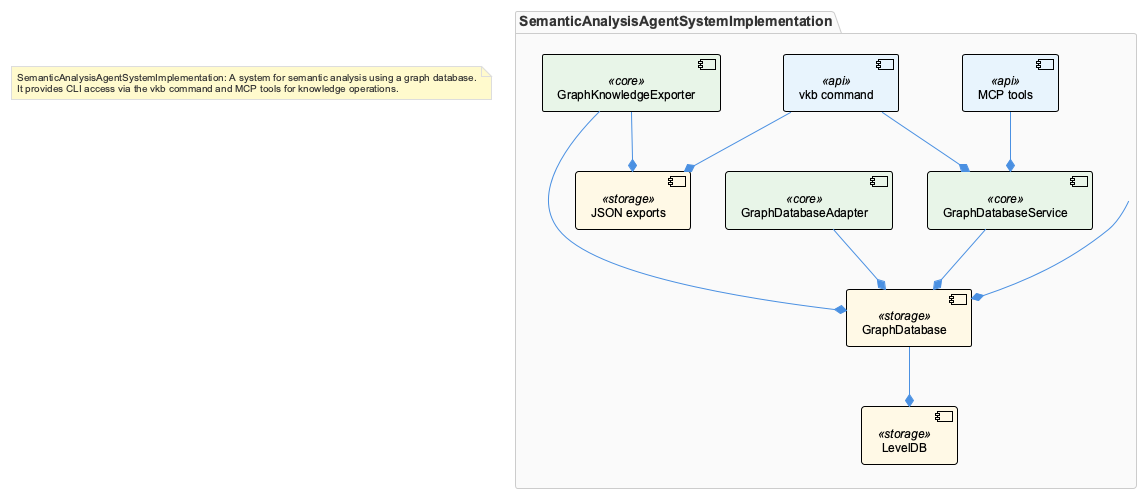
Earlier version of the PlantUML export knowledge-management/insights/images/semantic-analysis-agent-system-implementation-architecture.png (fwornle/coding).
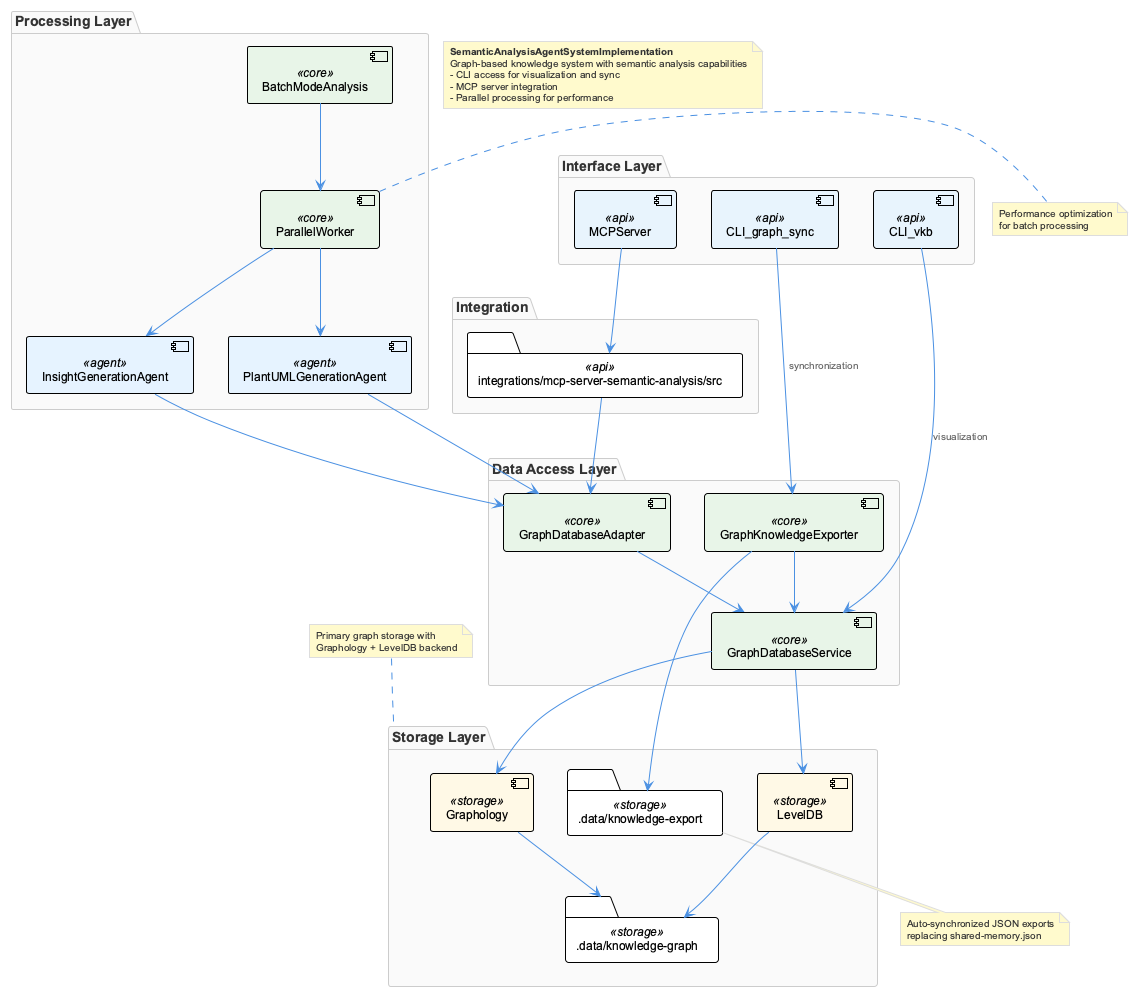
The same file after the commit.

What changed in the source:
```diff
@@ -1,30 +1,67 @@
 @startuml
 !include /Users/q284340/Agentic/coding/docs/puml/_standard-style.puml
 
-package "SemanticAnalysisAgentSystemImplementation" as sem {
-  component "GraphDatabase" as graphdb <<storage>>
-  component "LevelDB" as leveldb <<storage>>
-  component "GraphDatabaseService" as gds <<core>>
-  component "GraphKnowledgeExporter" as gke <<core>>
-  component "GraphDatabaseAdapter" as gda <<core>>
-  component "MCP tools" as mcptools <<api>>
-  component "vkb command" as vkb <<api>>
-  component "JSON exports" as json <<storage>>
+package "Storage Layer" {
+  component [Graphology] <<storage>>
+  component [LevelDB] <<storage>>
+  folder ".data/knowledge-graph" as KnowledgeGraphDir <<storage>>
+  folder ".data/knowledge-export" as ExportDir <<storage>>
 }
 
-sem --* graphdb
-graphdb --* leveldb
-gds --* graphdb
-gke --* graphdb
-gda --* graphdb
-mcptools --* gds
-vkb --* gds
-vkb --* json
-gke --* json
+package "Data Access Layer" {
+  component [GraphDatabaseService] <<core>>
+  component [GraphKnowledgeExporter] <<core>>
+  component [GraphDatabaseAdapter] <<core>>
+}
 
-note as AutoNote1
-  SemanticAnalysisAgentSystemImplementation: A system for semantic analysis using a graph database.
-  It provides CLI access via the vkb command and MCP tools for knowledge operations.
+package "Processing Layer" {
+  component [ParallelWorker] <<core>>
+  component [BatchModeAnalysis] <<core>>
+  component [InsightGenerationAgent] <<agent>>
+  component [PlantUMLGenerationAgent] <<agent>>
+}
+
+package "Interface Layer" {
+  component [CLI_vkb] <<api>>
+  component [CLI_graph_sync] <<api>>
+  component [MCPServer] <<api>>
+}
+
+package "Integration" {
+  folder "integrations/mcp-server-semantic-analysis/src" as MCPIntegration <<api>>
+}
+
+[Graphology] --> KnowledgeGraphDir
+[LevelDB] --> KnowledgeGraphDir
+[GraphDatabaseService] --> [Graphology]
+[GraphDatabaseService] --> [LevelDB]
+[GraphDatabaseAdapter] --> [GraphDatabaseService]
+[GraphKnowledgeExporter] --> [GraphDatabaseService]
+[GraphKnowledgeExporter] --> ExportDir
+
+[BatchModeAnalysis] --> [ParallelWorker]
+[ParallelWorker] --> [InsightGenerationAgent]
+[ParallelWorker] --> [PlantUMLGenerationAgent]
+[InsightGenerationAgent] --> [GraphDatabaseAdapter]
+[PlantUMLGenerationAgent] --> [GraphDatabaseAdapter]
+
+[CLI_vkb] --> [GraphDatabaseService] : visualization
+[CLI_graph_sync] --> [GraphKnowledgeExporter] : synchronization
+[MCPServer] --> MCPIntegration
+[MCPIntegration] --> [GraphDatabaseAdapter]
+
+note top of "Storage Layer" : Primary graph storage with\nGraphology + LevelDB backend
+
+note right of [ParallelWorker] : Performance optimization\nfor batch processing
+
+note bottom of ExportDir : Auto-synchronized JSON exports\nreplacing shared-memory.json
+
+note as N1
+  **SemanticAnalysisAgentSystemImplementation**
+  Graph-based knowledge system with semantic analysis capabilities
+  - CLI access for visualization and sync
+  - MCP server integration
+  - Parallel processing for performance
 end note
 
 @enduml
```
